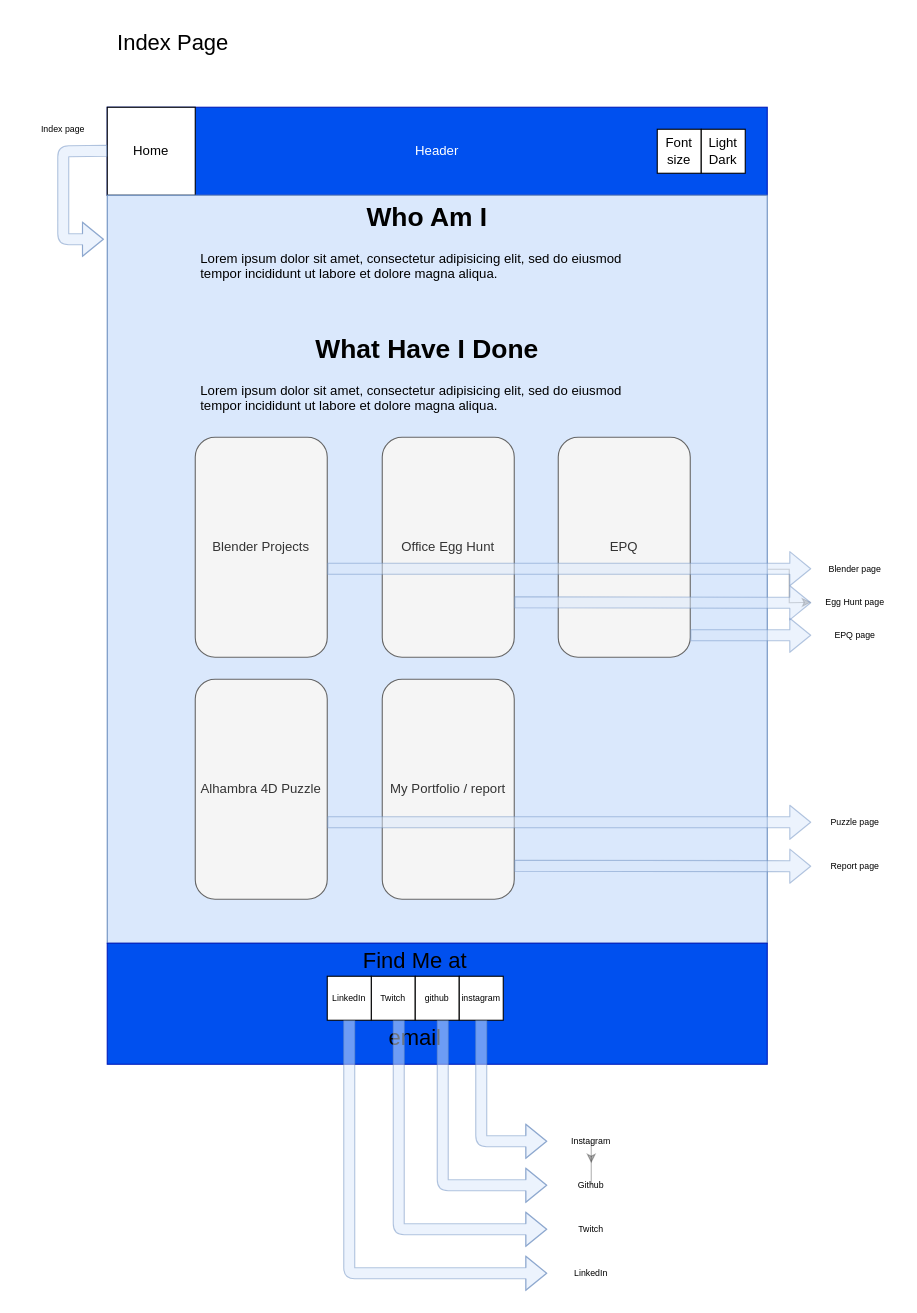
Above: page "Index" (1 of 5) of Assets/Diagrams/Wireframe.drawio in louie-jones-strong/louie-jones-strong.github.io (draw.io), before the change. Source tidied: cells renumbered, new cells numbered last; positions are measured from the earlier drawing's top-left corner, leaving out a move shared by most shapes. Both pictures are drawn from the tidied source at 110%, with x=0, y=0 at pixel (19, 19).
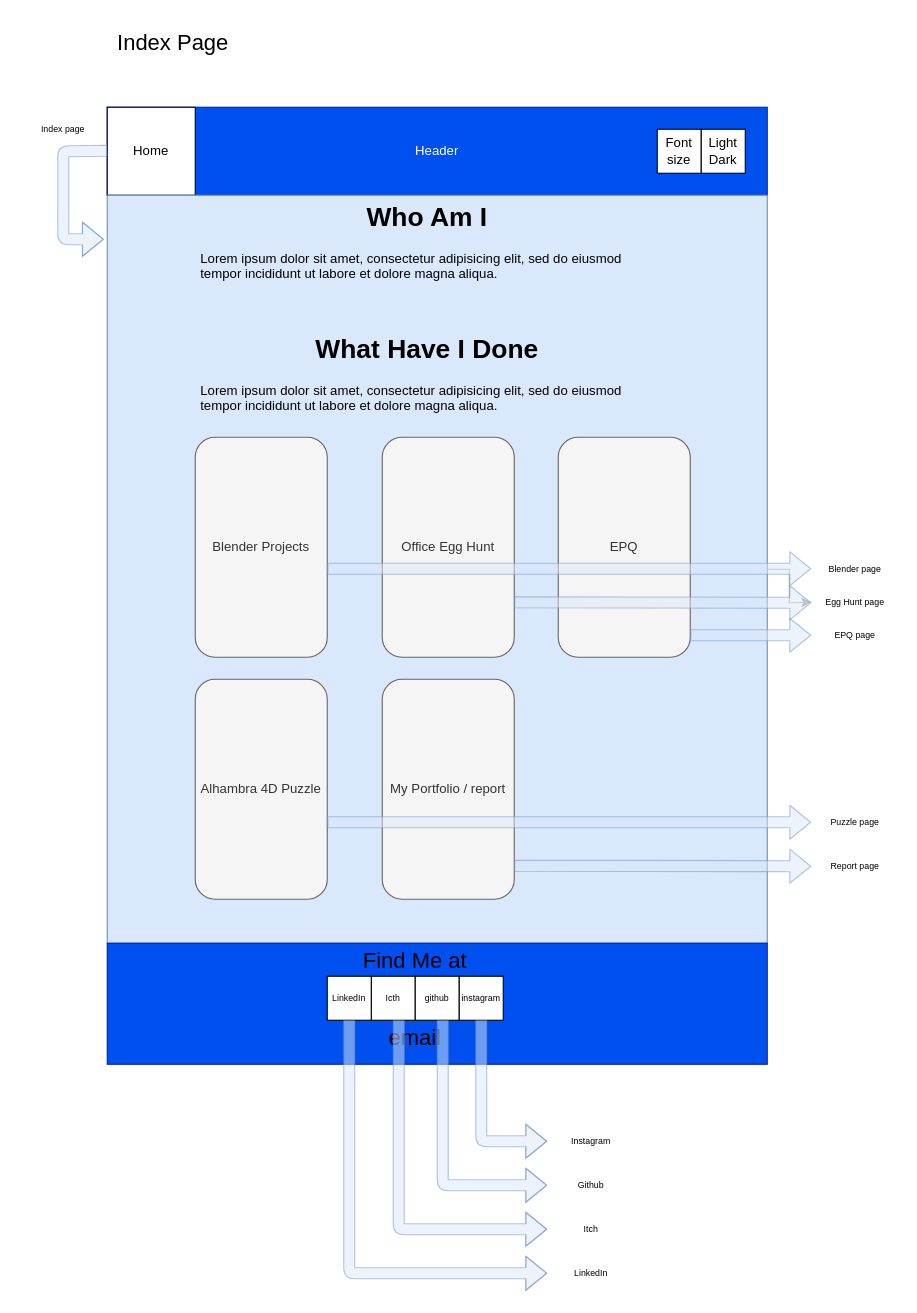
The same diagram, later.

Commit message (it also covers changes not shown here):
Image Borders added. Twitch changed to Itch.

The change refers to these unchanged cells:
```xml
<mxCell id="33" value="Instagram" style="text;html=1;strokeColor=none;fillColor=none;align=center;verticalAlign=middle;whiteSpace=wrap;rounded=0;fontSize=8;" parent="1" vertex="1">
  <mxGeometry x="480" y="1000" width="80" height="40" as="geometry" />
</mxCell>
<mxCell id="38" value="Github" style="text;html=1;strokeColor=none;fillColor=none;align=center;verticalAlign=middle;whiteSpace=wrap;rounded=0;fontSize=8;" parent="1" vertex="1">
  <mxGeometry x="480" y="1040" width="80" height="40" as="geometry" />
</mxCell>
```

The edit, as a diff of the source:
```diff
@@
-    <mxCell id="15" value="Twitch" style="rounded=0;whiteSpace=wrap;html=1;fontSize=8;align=center;" parent="1" vertex="1">
+    <mxCell id="15" value="Icth" style="rounded=0;whiteSpace=wrap;html=1;fontSize=8;align=center;" parent="1" vertex="1">
       <mxGeometry x="320" y="870" width="40" height="40" as="geometry" />
     </mxCell>
@@
-    <mxCell id="32" style="edgeStyle=orthogonalEdgeStyle;rounded=0;jettySize=auto;html=1;exitX=0.5;exitY=1;exitDx=0;exitDy=0;labelBackgroundColor=none;fontSize=8;fillColor=#ffffff;opacity=30;" parent="1" edge="1" source="33" target="38">
-      <mxGeometry relative="1" as="geometry" />
-    </mxCell>
@@
-    <mxCell id="39" value="Twitch" style="text;html=1;strokeColor=none;fillColor=none;align=center;verticalAlign=middle;whiteSpace=wrap;rounded=0;fontSize=8;" parent="1" vertex="1">
+    <mxCell id="39" value="Itch" style="text;html=1;strokeColor=none;fillColor=none;align=center;verticalAlign=middle;whiteSpace=wrap;rounded=0;fontSize=8;" parent="1" vertex="1">
       <mxGeometry x="480" y="1080" width="80" height="40" as="geometry" />
     </mxCell>
```
